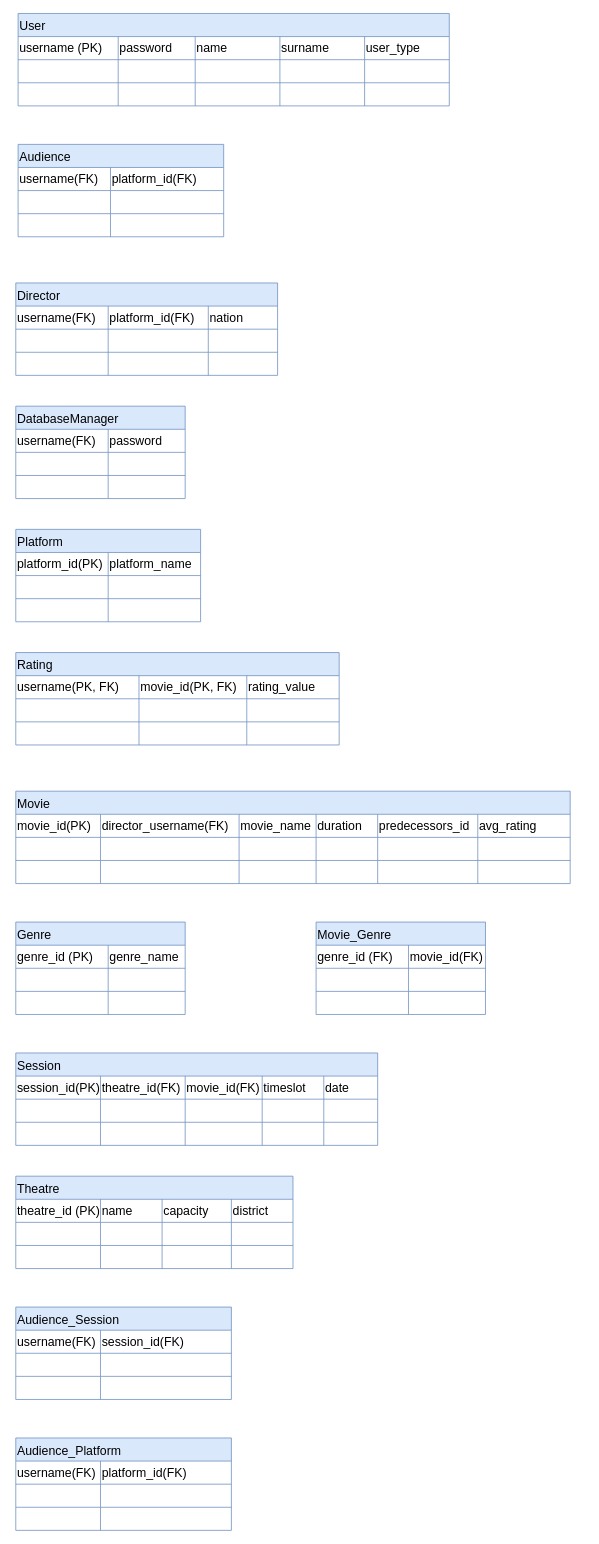
The draw.io diagram relationalModel.drawio in OnurKlc/draw.io_files, before the edit. Source tidied: cells renumbered, new cells numbered last; positions are measured from the earlier drawing's top-left corner, leaving out a move shared by most shapes. Both pictures are drawn from the tidied source at 77%, with x=0, y=0 at pixel (15, 13).
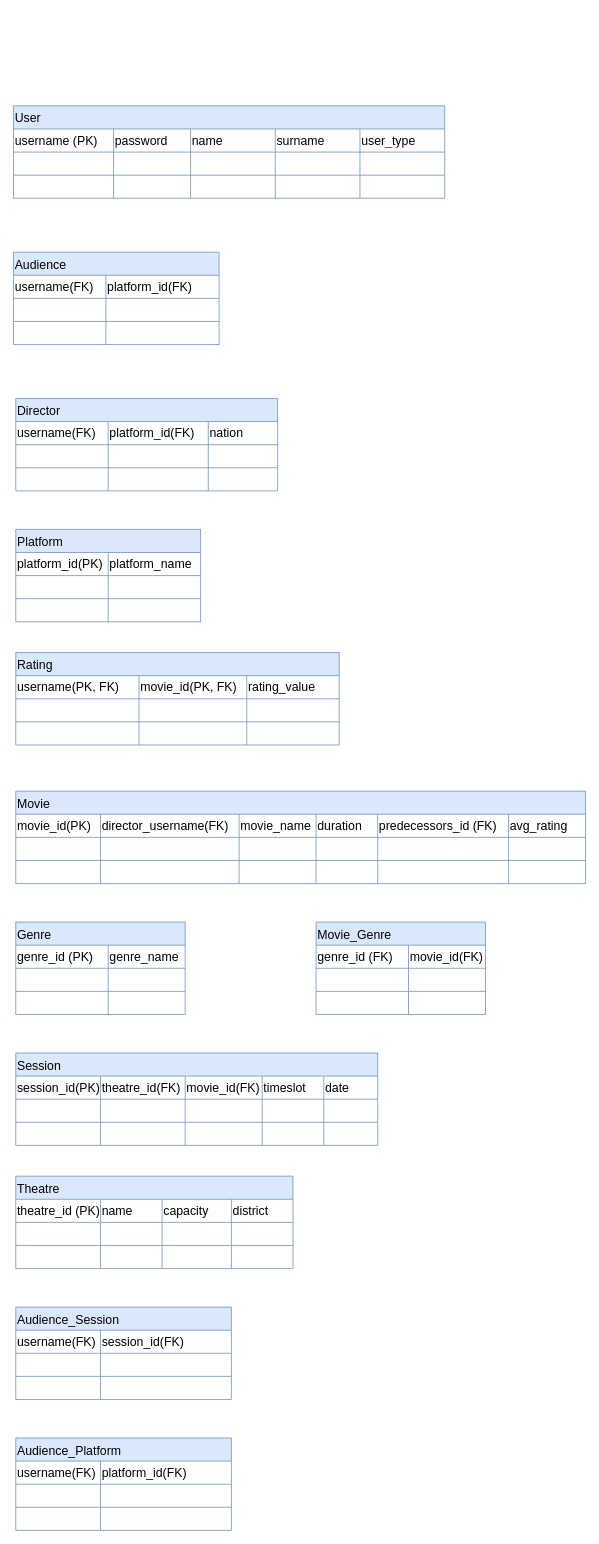
After the change.

The edit, as a diff of the source:
```diff
@@
     <mxCell id="2" value="User" style="shape=table;startSize=30;childLayout=tableLayout;strokeColor=#6c8ebf;fontSize=16;align=left;perimeterSpacing=0;fillColor=#dae8fc;" parent="1" vertex="1">
-      <mxGeometry x="3" width="560" height="120" as="geometry" />
+      <mxGeometry x="-3" y="120" width="560" height="120" as="geometry" />
     </mxCell>
@@
     <mxCell id="44" value="Movie" style="shape=table;startSize=30;childLayout=tableLayout;strokeColor=#6c8ebf;fontSize=16;align=left;perimeterSpacing=0;fillColor=#dae8fc;" parent="1" vertex="1">
-      <mxGeometry y="1010" width="720" height="120" as="geometry" />
+      <mxGeometry y="1010" width="740" height="120" as="geometry" />
     </mxCell>
     <mxCell id="45" style="shape=tableRow;horizontal=0;startSize=0;swimlaneHead=0;swimlaneBody=0;strokeColor=inherit;top=0;left=0;bottom=0;right=0;fillColor=none;fontSize=16;" parent="44" vertex="1">
-      <mxGeometry y="30" width="720" height="30" as="geometry" />
+      <mxGeometry y="30" width="740" height="30" as="geometry" />
     </mxCell>
@@
-    <mxCell id="50" value="predecessors_id" style="shape=partialRectangle;html=1;whiteSpace=wrap;strokeColor=inherit;overflow=hidden;fillColor=none;top=0;left=0;bottom=0;right=0;fontSize=16;align=left;" parent="45" vertex="1">
-      <mxGeometry x="470" width="130" height="30" as="geometry" />
+    <mxCell id="50" value="predecessors_id (FK)" style="shape=partialRectangle;html=1;whiteSpace=wrap;strokeColor=inherit;overflow=hidden;fillColor=none;top=0;left=0;bottom=0;right=0;fontSize=16;align=left;" parent="45" vertex="1">
+      <mxGeometry x="470" width="170" height="30" as="geometry" />
     </mxCell>
     <mxCell id="51" value="avg_rating" style="shape=partialRectangle;html=1;whiteSpace=wrap;strokeColor=inherit;overflow=hidden;fillColor=none;top=0;left=0;bottom=0;right=0;fontSize=16;align=left;" parent="45" vertex="1">
-      <mxGeometry x="600" width="120" height="30" as="geometry" />
+      <mxGeometry x="640" width="100" height="30" as="geometry" />
     </mxCell>
     <mxCell id="52" style="shape=tableRow;horizontal=0;startSize=0;swimlaneHead=0;swimlaneBody=0;strokeColor=inherit;top=0;left=0;bottom=0;right=0;fillColor=none;fontSize=16;" parent="44" vertex="1">
-      <mxGeometry y="60" width="720" height="30" as="geometry" />
+      <mxGeometry y="60" width="740" height="30" as="geometry" />
     </mxCell>
@@
     <mxCell id="57" style="shape=partialRectangle;html=1;whiteSpace=wrap;strokeColor=inherit;overflow=hidden;fillColor=none;top=0;left=0;bottom=0;right=0;fontSize=16;" parent="52" vertex="1">
-      <mxGeometry x="470" width="130" height="30" as="geometry" />
+      <mxGeometry x="470" width="170" height="30" as="geometry" />
     </mxCell>
     <mxCell id="58" style="shape=partialRectangle;html=1;whiteSpace=wrap;strokeColor=inherit;overflow=hidden;fillColor=none;top=0;left=0;bottom=0;right=0;fontSize=16;" parent="52" vertex="1">
-      <mxGeometry x="600" width="120" height="30" as="geometry" />
+      <mxGeometry x="640" width="100" height="30" as="geometry" />
     </mxCell>
     <mxCell id="59" style="shape=tableRow;horizontal=0;startSize=0;swimlaneHead=0;swimlaneBody=0;strokeColor=inherit;top=0;left=0;bottom=0;right=0;fillColor=none;fontSize=16;" parent="44" vertex="1">
-      <mxGeometry y="90" width="720" height="30" as="geometry" />
+      <mxGeometry y="90" width="740" height="30" as="geometry" />
     </mxCell>
@@
     <mxCell id="64" style="shape=partialRectangle;html=1;whiteSpace=wrap;strokeColor=inherit;overflow=hidden;fillColor=none;top=0;left=0;bottom=0;right=0;fontSize=16;" parent="59" vertex="1">
-      <mxGeometry x="470" width="130" height="30" as="geometry" />
+      <mxGeometry x="470" width="170" height="30" as="geometry" />
     </mxCell>
     <mxCell id="65" style="shape=partialRectangle;html=1;whiteSpace=wrap;strokeColor=inherit;overflow=hidden;fillColor=none;top=0;left=0;bottom=0;right=0;fontSize=16;" parent="59" vertex="1">
-      <mxGeometry x="600" width="120" height="30" as="geometry" />
+      <mxGeometry x="640" width="100" height="30" as="geometry" />
     </mxCell>
@@
-    <mxCell id="111" value="DatabaseManager" style="shape=table;startSize=30;childLayout=tableLayout;strokeColor=#6c8ebf;fontSize=16;align=left;perimeterSpacing=0;fillColor=#dae8fc;" parent="1" vertex="1">
-      <mxGeometry y="510" width="220" height="120" as="geometry" />
-    </mxCell>
-    <mxCell id="112" style="shape=tableRow;horizontal=0;startSize=0;swimlaneHead=0;swimlaneBody=0;strokeColor=inherit;top=0;left=0;bottom=0;right=0;fillColor=none;fontSize=16;" parent="111" vertex="1">
-      <mxGeometry y="30" width="220" height="30" as="geometry" />
-    </mxCell>
-    <mxCell id="113" value="username(FK)" style="shape=partialRectangle;html=1;whiteSpace=wrap;strokeColor=inherit;overflow=hidden;fillColor=none;top=0;left=0;bottom=0;right=0;fontSize=16;align=left;" parent="112" vertex="1">
-      <mxGeometry width="120" height="30" as="geometry" />
-    </mxCell>
-    <mxCell id="114" value="password" style="shape=partialRectangle;html=1;whiteSpace=wrap;strokeColor=inherit;overflow=hidden;fillColor=none;top=0;left=0;bottom=0;right=0;fontSize=16;align=left;" parent="112" vertex="1">
-      <mxGeometry x="120" width="100" height="30" as="geometry" />
-    </mxCell>
-    <mxCell id="115" style="shape=tableRow;horizontal=0;startSize=0;swimlaneHead=0;swimlaneBody=0;strokeColor=inherit;top=0;left=0;bottom=0;right=0;fillColor=none;fontSize=16;" parent="111" vertex="1">
-      <mxGeometry y="60" width="220" height="30" as="geometry" />
-    </mxCell>
-    <mxCell id="116" style="shape=partialRectangle;html=1;whiteSpace=wrap;strokeColor=inherit;overflow=hidden;fillColor=none;top=0;left=0;bottom=0;right=0;fontSize=16;" parent="115" vertex="1">
-      <mxGeometry width="120" height="30" as="geometry" />
-    </mxCell>
-    <mxCell id="117" style="shape=partialRectangle;html=1;whiteSpace=wrap;strokeColor=inherit;overflow=hidden;fillColor=none;top=0;left=0;bottom=0;right=0;fontSize=16;" parent="115" vertex="1">
-      <mxGeometry x="120" width="100" height="30" as="geometry" />
-    </mxCell>
-    <mxCell id="118" style="shape=tableRow;horizontal=0;startSize=0;swimlaneHead=0;swimlaneBody=0;strokeColor=inherit;top=0;left=0;bottom=0;right=0;fillColor=none;fontSize=16;" parent="111" vertex="1">
-      <mxGeometry y="90" width="220" height="30" as="geometry" />
-    </mxCell>
-    <mxCell id="119" style="shape=partialRectangle;html=1;whiteSpace=wrap;strokeColor=inherit;overflow=hidden;fillColor=none;top=0;left=0;bottom=0;right=0;fontSize=16;" parent="118" vertex="1">
-      <mxGeometry width="120" height="30" as="geometry" />
-    </mxCell>
-    <mxCell id="120" style="shape=partialRectangle;html=1;whiteSpace=wrap;strokeColor=inherit;overflow=hidden;fillColor=none;top=0;left=0;bottom=0;right=0;fontSize=16;" parent="118" vertex="1">
-      <mxGeometry x="120" width="100" height="30" as="geometry" />
-    </mxCell>
     <mxCell id="121" value="Director" style="shape=table;startSize=30;childLayout=tableLayout;strokeColor=#6c8ebf;fontSize=16;align=left;perimeterSpacing=0;fillColor=#dae8fc;" parent="1" vertex="1">
-      <mxGeometry y="350" width="340" height="120" as="geometry" />
+      <mxGeometry y="500" width="340" height="120" as="geometry" />
     </mxCell>
@@
     <mxCell id="134" value="Audience" style="shape=table;startSize=30;childLayout=tableLayout;strokeColor=#6c8ebf;fontSize=16;align=left;perimeterSpacing=0;fillColor=#dae8fc;" parent="1" vertex="1">
-      <mxGeometry x="3" y="170" width="267" height="120" as="geometry" />
+      <mxGeometry x="-3" y="310" width="267" height="120" as="geometry" />
     </mxCell>
```
